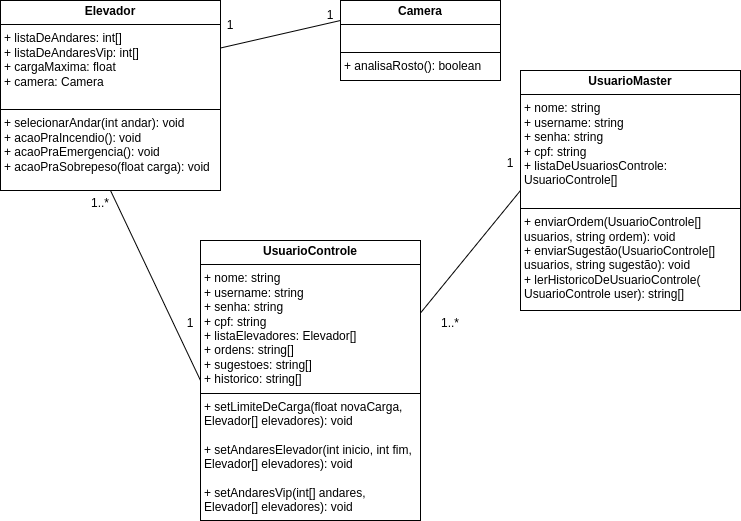
This is diagramaClasse.drawio.png from AngeloGabriel-dev/Sistema-Elevadores-UML, a draw.io export, as it was before one commit. Source tidied: cells renumbered, new cells last; positions are measured from the earlier drawing's top-left corner, leaving out a move shared by most shapes.
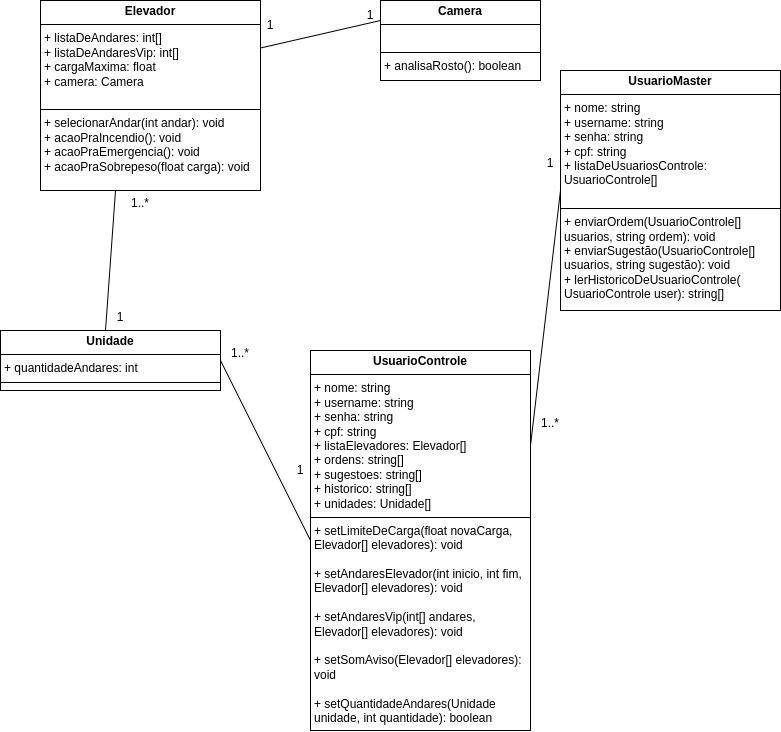
The same diagram one commit later.

Diff of the diagram source:
```diff
@@ -17,31 +17,43 @@
     <mxCell id="6" value="1" style="text;html=1;align=center;verticalAlign=middle;whiteSpace=wrap;rounded=0;" parent="1" vertex="1">
       <mxGeometry x="300" width="60" height="30" as="geometry" />
     </mxCell>
-    <mxCell id="7" value="&lt;p style=&quot;margin:0px;margin-top:4px;text-align:center;&quot;&gt;&lt;b&gt;UsuarioControle&lt;/b&gt;&lt;/p&gt;&lt;hr size=&quot;1&quot; style=&quot;border-style:solid;&quot;&gt;&lt;p style=&quot;margin:0px;margin-left:4px;&quot;&gt;+ nome: string&lt;/p&gt;&lt;p style=&quot;margin:0px;margin-left:4px;&quot;&gt;+ username: string&lt;/p&gt;&lt;p style=&quot;margin:0px;margin-left:4px;&quot;&gt;+ senha: string&lt;/p&gt;&lt;p style=&quot;margin:0px;margin-left:4px;&quot;&gt;+ cpf: string&lt;/p&gt;&lt;p style=&quot;margin:0px;margin-left:4px;&quot;&gt;+ listaElevadores: Elevador[]&lt;/p&gt;&lt;p style=&quot;margin:0px;margin-left:4px;&quot;&gt;+ ordens: string[]&lt;/p&gt;&lt;p style=&quot;margin:0px;margin-left:4px;&quot;&gt;+ sugestoes:&amp;nbsp;&lt;span style=&quot;background-color: initial;&quot;&gt;string[]&lt;/span&gt;&lt;/p&gt;&lt;p style=&quot;margin:0px;margin-left:4px;&quot;&gt;&lt;span style=&quot;background-color: initial;&quot;&gt;+&amp;nbsp;&lt;/span&gt;&lt;span style=&quot;background-color: initial;&quot;&gt;historico: string[]&lt;/span&gt;&lt;/p&gt;&lt;hr size=&quot;1&quot; style=&quot;border-style:solid;&quot;&gt;&lt;p style=&quot;margin:0px;margin-left:4px;&quot;&gt;+ setLimiteDeCarga(float novaCarga, Elevador[] elevadores): void&lt;/p&gt;&lt;p style=&quot;margin:0px;margin-left:4px;&quot;&gt;&lt;br&gt;&lt;/p&gt;&lt;p style=&quot;margin:0px;margin-left:4px;&quot;&gt;+ setAndaresElevador(int inicio, int fim,&amp;nbsp;&lt;/p&gt;&lt;p style=&quot;margin:0px;margin-left:4px;&quot;&gt;Elevador[] elevadores): void&lt;/p&gt;&lt;p style=&quot;margin:0px;margin-left:4px;&quot;&gt;&lt;br&gt;&lt;/p&gt;&lt;p style=&quot;margin:0px;margin-left:4px;&quot;&gt;+ setAndaresVip(int[] andares, Elevador[] elevadores): void&lt;/p&gt;&lt;p style=&quot;margin:0px;margin-left:4px;&quot;&gt;&lt;br&gt;&lt;/p&gt;&lt;p style=&quot;margin:0px;margin-left:4px;&quot;&gt;+ setSomAviso(Elevador[] elevadores): void&lt;/p&gt;&lt;p style=&quot;margin:0px;margin-left:4px;&quot;&gt;&amp;nbsp;&lt;/p&gt;" style="verticalAlign=top;align=left;overflow=fill;html=1;whiteSpace=wrap;" parent="1" vertex="1">
-      <mxGeometry x="200" y="240" width="220" height="280" as="geometry" />
+    <mxCell id="7" value="&lt;p style=&quot;margin:0px;margin-top:4px;text-align:center;&quot;&gt;&lt;b&gt;UsuarioControle&lt;/b&gt;&lt;/p&gt;&lt;hr size=&quot;1&quot; style=&quot;border-style:solid;&quot;&gt;&lt;p style=&quot;margin:0px;margin-left:4px;&quot;&gt;+ nome: string&lt;/p&gt;&lt;p style=&quot;margin:0px;margin-left:4px;&quot;&gt;+ username: string&lt;/p&gt;&lt;p style=&quot;margin:0px;margin-left:4px;&quot;&gt;+ senha: string&lt;/p&gt;&lt;p style=&quot;margin:0px;margin-left:4px;&quot;&gt;+ cpf: string&lt;/p&gt;&lt;p style=&quot;margin:0px;margin-left:4px;&quot;&gt;+ listaElevadores: Elevador[]&lt;/p&gt;&lt;p style=&quot;margin:0px;margin-left:4px;&quot;&gt;+ ordens: string[]&lt;/p&gt;&lt;p style=&quot;margin:0px;margin-left:4px;&quot;&gt;+ sugestoes:&amp;nbsp;&lt;span style=&quot;background-color: initial;&quot;&gt;string[]&lt;/span&gt;&lt;/p&gt;&lt;p style=&quot;margin:0px;margin-left:4px;&quot;&gt;&lt;span style=&quot;background-color: initial;&quot;&gt;+&amp;nbsp;&lt;/span&gt;&lt;span style=&quot;background-color: initial;&quot;&gt;historico: string[]&lt;/span&gt;&lt;/p&gt;&lt;p style=&quot;margin:0px;margin-left:4px;&quot;&gt;&lt;span style=&quot;background-color: initial;&quot;&gt;+ unidades: Unidade[]&amp;nbsp;&lt;/span&gt;&lt;/p&gt;&lt;hr size=&quot;1&quot; style=&quot;border-style:solid;&quot;&gt;&lt;p style=&quot;margin:0px;margin-left:4px;&quot;&gt;+ setLimiteDeCarga(float novaCarga, Elevador[] elevadores): void&lt;/p&gt;&lt;p style=&quot;margin:0px;margin-left:4px;&quot;&gt;&lt;br&gt;&lt;/p&gt;&lt;p style=&quot;margin:0px;margin-left:4px;&quot;&gt;+ setAndaresElevador(int inicio, int fim,&amp;nbsp;&lt;/p&gt;&lt;p style=&quot;margin:0px;margin-left:4px;&quot;&gt;Elevador[] elevadores): void&lt;/p&gt;&lt;p style=&quot;margin:0px;margin-left:4px;&quot;&gt;&lt;br&gt;&lt;/p&gt;&lt;p style=&quot;margin:0px;margin-left:4px;&quot;&gt;+ setAndaresVip(int[] andares, Elevador[] elevadores): void&lt;/p&gt;&lt;p style=&quot;margin:0px;margin-left:4px;&quot;&gt;&lt;br&gt;&lt;/p&gt;&lt;p style=&quot;margin:0px;margin-left:4px;&quot;&gt;+ setSomAviso(Elevador[] elevadores): void&lt;/p&gt;&lt;p style=&quot;margin:0px;margin-left:4px;&quot;&gt;&amp;nbsp;&lt;/p&gt;&lt;p style=&quot;margin:0px;margin-left:4px;&quot;&gt;+ setQuantidadeAndares(Unidade unidade, int quantidade): boolean&lt;/p&gt;" style="verticalAlign=top;align=left;overflow=fill;html=1;whiteSpace=wrap;" parent="1" vertex="1">
+      <mxGeometry x="270" y="350" width="220" height="380" as="geometry" />
     </mxCell>
     <mxCell id="8" value="&lt;p style=&quot;margin:0px;margin-top:4px;text-align:center;&quot;&gt;&lt;b&gt;UsuarioMaster&lt;/b&gt;&lt;/p&gt;&lt;hr size=&quot;1&quot; style=&quot;border-style:solid;&quot;&gt;&lt;p style=&quot;margin:0px;margin-left:4px;&quot;&gt;+ nome: string&lt;/p&gt;&lt;p style=&quot;margin:0px;margin-left:4px;&quot;&gt;+ username: string&lt;/p&gt;&lt;p style=&quot;margin:0px;margin-left:4px;&quot;&gt;+ senha: string&lt;/p&gt;&lt;p style=&quot;margin:0px;margin-left:4px;&quot;&gt;+ cpf: string&lt;/p&gt;&lt;p style=&quot;margin:0px;margin-left:4px;&quot;&gt;+ listaDeUsuariosControle: UsuarioControle[]&lt;/p&gt;&lt;p style=&quot;margin:0px;margin-left:4px;&quot;&gt;&lt;br&gt;&lt;/p&gt;&lt;hr size=&quot;1&quot; style=&quot;border-style:solid;&quot;&gt;&lt;p style=&quot;margin:0px;margin-left:4px;&quot;&gt;+ enviarOrdem(UsuarioControle[] usuarios, string ordem): void&lt;/p&gt;&lt;p style=&quot;margin:0px;margin-left:4px;&quot;&gt;+ enviarSugestão(&lt;span style=&quot;background-color: initial;&quot;&gt;UsuarioControle[] usuarios, string sugestão&lt;/span&gt;&lt;span style=&quot;background-color: initial;&quot;&gt;): void&lt;/span&gt;&lt;/p&gt;&lt;p style=&quot;margin:0px;margin-left:4px;&quot;&gt;+ lerHistoricoDeUsuarioControle(&lt;/p&gt;&lt;p style=&quot;margin:0px;margin-left:4px;&quot;&gt;UsuarioControle user): string[]&lt;/p&gt;" style="verticalAlign=top;align=left;overflow=fill;html=1;whiteSpace=wrap;" parent="1" vertex="1">
       <mxGeometry x="520" y="70" width="220" height="240" as="geometry" />
     </mxCell>
-    <mxCell id="9" style="endArrow=none;html=1;rounded=0;entryX=0.5;entryY=1;entryDx=0;entryDy=0;exitX=0;exitY=0.5;exitDx=0;exitDy=0;" parent="1" edge="1" source="7" target="2">
+    <mxCell id="9" style="endArrow=none;html=1;rounded=0;entryX=1;entryY=0.5;entryDx=0;entryDy=0;exitX=0;exitY=0.5;exitDx=0;exitDy=0;" parent="1" edge="1" source="7" target="15">
       <mxGeometry relative="1" as="geometry" />
     </mxCell>
     <mxCell id="10" value="1..*" style="text;html=1;align=center;verticalAlign=middle;whiteSpace=wrap;rounded=0;" parent="1" vertex="1">
       <mxGeometry x="70" y="190" width="60" height="26" as="geometry" />
     </mxCell>
     <mxCell id="11" value="1" style="text;html=1;align=center;verticalAlign=middle;whiteSpace=wrap;rounded=0;" parent="1" vertex="1">
-      <mxGeometry x="160" y="310" width="60" height="26" as="geometry" />
+      <mxGeometry x="230" y="457" width="60" height="26" as="geometry" />
     </mxCell>
-    <mxCell id="12" style="endArrow=none;html=1;rounded=0;entryX=1;entryY=0.25;entryDx=0;entryDy=0;exitX=0;exitY=0.5;exitDx=0;exitDy=0;" parent="1" edge="1" source="8">
-      <mxGeometry relative="1" as="geometry">
-        <mxPoint x="420" y="312.5" as="targetPoint" />
-      </mxGeometry>
+    <mxCell id="12" style="endArrow=none;html=1;rounded=0;entryX=1;entryY=0.25;entryDx=0;entryDy=0;exitX=0;exitY=0.5;exitDx=0;exitDy=0;" parent="1" edge="1" source="8" target="7">
+      <mxGeometry relative="1" as="geometry" />
     </mxCell>
     <mxCell id="13" value="1..*" style="text;html=1;align=center;verticalAlign=middle;whiteSpace=wrap;rounded=0;" parent="1" vertex="1">
-      <mxGeometry x="420" y="310" width="60" height="26" as="geometry" />
+      <mxGeometry x="480" y="410" width="60" height="26" as="geometry" />
     </mxCell>
     <mxCell id="14" value="1" style="text;html=1;align=center;verticalAlign=middle;whiteSpace=wrap;rounded=0;" parent="1" vertex="1">
       <mxGeometry x="480" y="150" width="60" height="26" as="geometry" />
     </mxCell>
+    <mxCell id="15" value="&lt;p style=&quot;margin:0px;margin-top:4px;text-align:center;&quot;&gt;&lt;b&gt;Unidade&lt;/b&gt;&lt;/p&gt;&lt;hr size=&quot;1&quot; style=&quot;border-style:solid;&quot;&gt;&lt;p style=&quot;margin:0px;margin-left:4px;&quot;&gt;+ quantidadeAndares: int&lt;br&gt;&lt;/p&gt;&lt;hr size=&quot;1&quot; style=&quot;border-style:solid;&quot;&gt;&lt;p style=&quot;margin:0px;margin-left:4px;&quot;&gt;&lt;br&gt;&lt;/p&gt;&lt;p style=&quot;margin:0px;margin-left:4px;&quot;&gt;&amp;nbsp;&lt;/p&gt;" style="verticalAlign=top;align=left;overflow=fill;html=1;whiteSpace=wrap;" parent="1" vertex="1">
+      <mxGeometry x="-40" y="330" width="220" height="60" as="geometry" />
+    </mxCell>
+    <mxCell id="16" style="endArrow=none;html=1;rounded=0;entryX=0.25;entryY=0;entryDx=0;entryDy=0;exitX=0.25;exitY=1;exitDx=0;exitDy=0;" parent="1" edge="1" source="17">
+      <mxGeometry relative="1" as="geometry">
+        <mxPoint x="75" y="190" as="targetPoint" />
+      </mxGeometry>
+    </mxCell>
+    <mxCell id="17" value="1" style="text;html=1;align=center;verticalAlign=middle;whiteSpace=wrap;rounded=0;" parent="1" vertex="1">
+      <mxGeometry x="50" y="304" width="60" height="26" as="geometry" />
+    </mxCell>
+    <mxCell id="18" value="1..*" style="text;html=1;align=center;verticalAlign=middle;whiteSpace=wrap;rounded=0;" parent="1" vertex="1">
+      <mxGeometry x="170" y="340" width="60" height="26" as="geometry" />
+    </mxCell>
   </root>
 </mxGraphModel>
```
